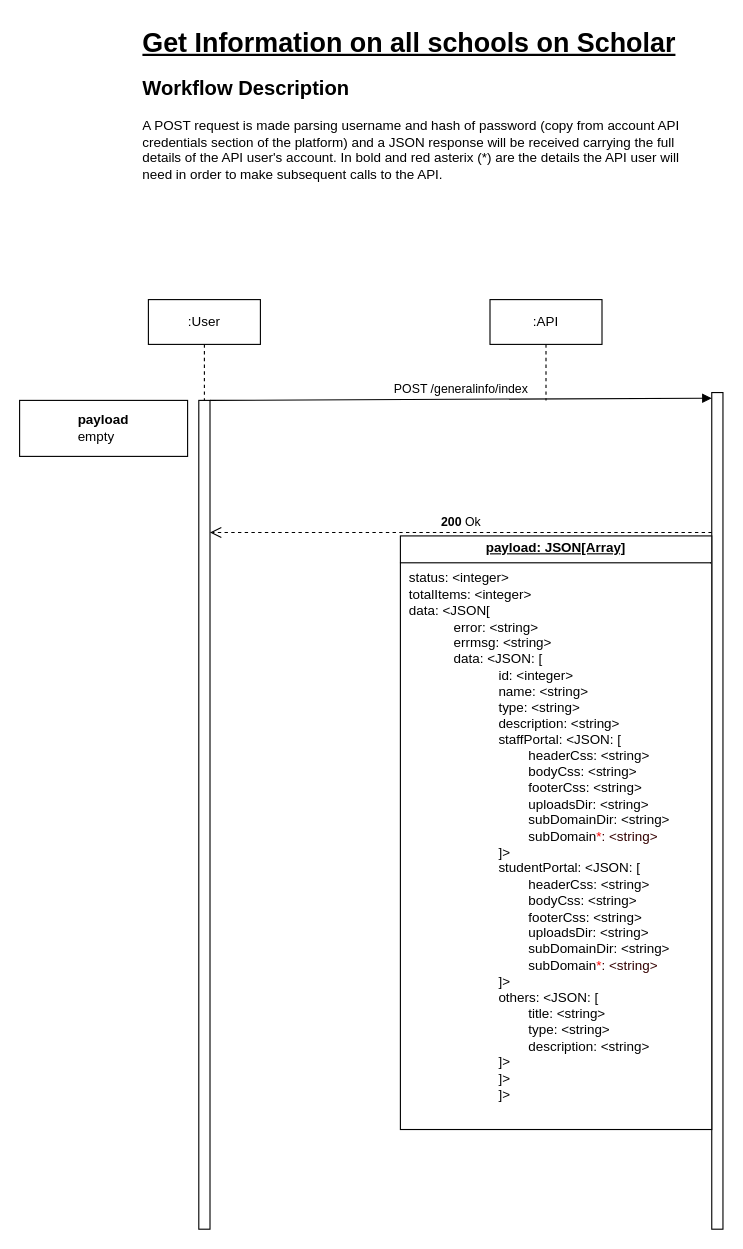
Before: page "All Schools For Search Workflow" (2 of 11) of scholar-api-flows1.drawio in olougepa/scholar-api, a draw.io diagram. Source tidied: cells renumbered, new cells numbered last; positions are measured from the earlier drawing's top-left corner, leaving out a move shared by most shapes. Both pictures are drawn from the tidied source at 112%, with x=0, y=0 at pixel (19, 19).
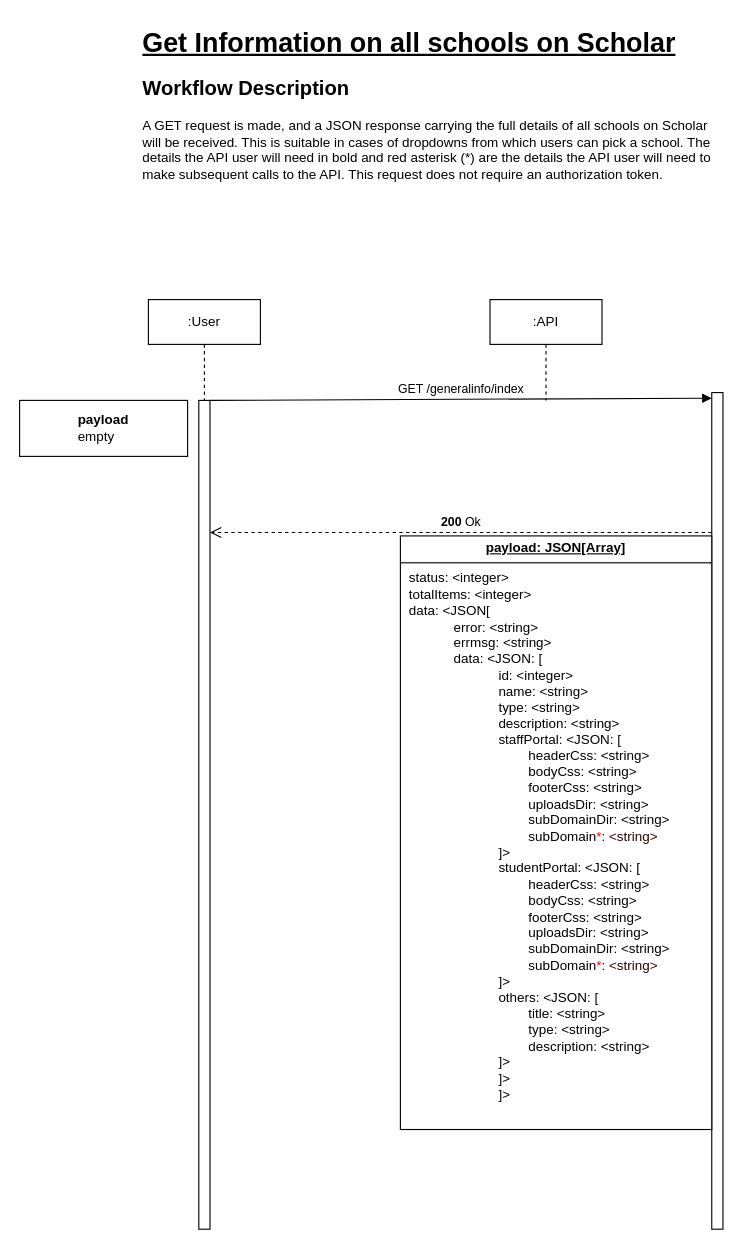
Above is the later version.

Diff of the diagram source:
```diff
@@
 <mxGraphModel>
   <root>
     <mxCell id="0" />
     <mxCell id="1" parent="0" />
     <mxCell id="2" style="html=1;points=[[0,0,0,0,5],[0,1,0,0,-5],[1,0,0,0,5],[1,1,0,0,-5]];perimeter=orthogonalPerimeter;outlineConnect=0;targetShapes=umlLifeline;portConstraint=eastwest;newEdgeStyle={&quot;curved&quot;:0,&quot;rounded&quot;:0};" parent="1" vertex="1">
       <mxGeometry x="618" y="333" width="10" height="747" as="geometry" />
     </mxCell>
-    <mxCell id="3" value="POST /generalinfo/index" style="html=1;verticalAlign=bottom;endArrow=block;curved=0;rounded=0;entryX=0;entryY=0;entryDx=0;entryDy=5;" parent="1" edge="1" source="5" target="2">
+    <mxCell id="3" value="GET /generalinfo/index" style="html=1;verticalAlign=bottom;endArrow=block;curved=0;rounded=0;entryX=0;entryY=0;entryDx=0;entryDy=5;" parent="1" edge="1" source="5" target="2">
       <mxGeometry relative="1" as="geometry" />
     </mxCell>
     <mxCell id="4" value="&lt;b&gt;200&lt;/b&gt; Ok" style="html=1;verticalAlign=bottom;endArrow=open;dashed=1;endSize=8;curved=0;rounded=0;" parent="1" edge="1" source="2">
       <mxGeometry relative="1" as="geometry">
         <mxPoint x="170" y="458" as="targetPoint" />
       </mxGeometry>
     </mxCell>
     <mxCell id="5" style="html=1;points=[[0,0,0,0,5],[0,1,0,0,-5],[1,0,0,0,5],[1,1,0,0,-5]];perimeter=orthogonalPerimeter;outlineConnect=0;targetShapes=umlLifeline;portConstraint=eastwest;newEdgeStyle={&quot;curved&quot;:0,&quot;rounded&quot;:0};" parent="1" vertex="1">
       <mxGeometry x="160" y="340" width="10" height="740" as="geometry" />
     </mxCell>
     <mxCell id="6" value="&lt;p style=&quot;margin:0px;margin-top:4px;text-align:center;text-decoration:underline;&quot;&gt;&lt;b&gt;payload: JSON[Array]&lt;/b&gt;&lt;/p&gt;&lt;hr size=&quot;1&quot; style=&quot;border-style:solid;&quot;&gt;&lt;p style=&quot;margin:0px;margin-left:8px;&quot;&gt;status: &amp;lt;integer&amp;gt;&lt;/p&gt;&lt;p style=&quot;margin:0px;margin-left:8px;&quot;&gt;totalItems: &amp;lt;integer&amp;gt;&lt;/p&gt;&lt;p style=&quot;margin:0px;margin-left:8px;&quot;&gt;data: &amp;lt;JSON[&lt;/p&gt;&lt;blockquote style=&quot;margin: 0 0 0 40px; border: none; padding: 0px;&quot;&gt;&lt;p style=&quot;margin:0px;margin-left:8px;&quot;&gt;error: &amp;lt;string&amp;gt;&lt;/p&gt;&lt;p style=&quot;margin:0px;margin-left:8px;&quot;&gt;errmsg: &amp;lt;string&amp;gt;&lt;/p&gt;&lt;p style=&quot;margin:0px;margin-left:8px;&quot;&gt;data: &amp;lt;JSON: [&amp;nbsp;&lt;/p&gt;&lt;/blockquote&gt;&lt;blockquote style=&quot;margin: 0 0 0 40px; border: none; padding: 0px;&quot;&gt;&lt;blockquote style=&quot;margin: 0 0 0 40px; border: none; padding: 0px;&quot;&gt;&lt;p style=&quot;margin:0px;margin-left:8px;&quot;&gt;id: &amp;lt;integer&amp;gt;&lt;/p&gt;&lt;/blockquote&gt;&lt;blockquote style=&quot;margin: 0 0 0 40px; border: none; padding: 0px;&quot;&gt;&lt;p style=&quot;margin:0px;margin-left:8px;&quot;&gt;name: &amp;lt;string&amp;gt;&lt;/p&gt;&lt;/blockquote&gt;&lt;blockquote style=&quot;margin: 0 0 0 40px; border: none; padding: 0px;&quot;&gt;&lt;p style=&quot;margin:0px;margin-left:8px;&quot;&gt;type: &amp;lt;string&amp;gt;&lt;/p&gt;&lt;/blockquote&gt;&lt;blockquote style=&quot;margin: 0 0 0 40px; border: none; padding: 0px;&quot;&gt;&lt;p style=&quot;margin:0px;margin-left:8px;&quot;&gt;description: &amp;lt;string&amp;gt;&lt;/p&gt;&lt;/blockquote&gt;&lt;blockquote style=&quot;margin: 0 0 0 40px; border: none; padding: 0px;&quot;&gt;&lt;p style=&quot;margin:0px;margin-left:8px;&quot;&gt;staffPortal: &amp;lt;JSON: [&lt;/p&gt;&lt;/blockquote&gt;&lt;blockquote style=&quot;margin: 0 0 0 40px; border: none; padding: 0px;&quot;&gt;&lt;p style=&quot;margin:0px;margin-left:8px;&quot;&gt;&lt;span style=&quot;white-space: pre;&quot;&gt;&#9;&lt;/span&gt;headerCss: &amp;lt;string&amp;gt;&lt;/p&gt;&lt;/blockquote&gt;&lt;blockquote style=&quot;margin: 0 0 0 40px; border: none; padding: 0px;&quot;&gt;&lt;p style=&quot;margin:0px;margin-left:8px;&quot;&gt;&lt;span style=&quot;white-space: pre;&quot;&gt;&#9;&lt;/span&gt;bodyCss: &amp;lt;string&amp;gt;&lt;/p&gt;&lt;/blockquote&gt;&lt;blockquote style=&quot;margin: 0 0 0 40px; border: none; padding: 0px;&quot;&gt;&lt;p style=&quot;margin:0px;margin-left:8px;&quot;&gt;&lt;span style=&quot;white-space: pre;&quot;&gt;&#9;&lt;/span&gt;footerCss: &amp;lt;string&amp;gt;&lt;/p&gt;&lt;/blockquote&gt;&lt;blockquote style=&quot;margin: 0 0 0 40px; border: none; padding: 0px;&quot;&gt;&lt;p style=&quot;margin:0px;margin-left:8px;&quot;&gt;&lt;span style=&quot;white-space: pre;&quot;&gt;&#9;&lt;/span&gt;uploadsDir: &amp;lt;string&amp;gt;&lt;/p&gt;&lt;/blockquote&gt;&lt;blockquote style=&quot;margin: 0 0 0 40px; border: none; padding: 0px;&quot;&gt;&lt;p style=&quot;margin:0px;margin-left:8px;&quot;&gt;&lt;span style=&quot;white-space: pre;&quot;&gt;&#9;&lt;/span&gt;subDomainDir: &amp;lt;string&amp;gt;&lt;/p&gt;&lt;/blockquote&gt;&lt;blockquote style=&quot;margin: 0 0 0 40px; border: none; padding: 0px;&quot;&gt;&lt;p style=&quot;margin:0px;margin-left:8px;&quot;&gt;&lt;span style=&quot;white-space: pre;&quot;&gt;&#9;&lt;/span&gt;subDomain&lt;font color=&quot;#ff0000&quot;&gt;*&lt;/font&gt;&lt;font color=&quot;#330000&quot;&gt;: &amp;lt;string&amp;gt;&lt;/font&gt;&lt;/p&gt;&lt;/blockquote&gt;&lt;blockquote style=&quot;margin: 0 0 0 40px; border: none; padding: 0px;&quot;&gt;&lt;p style=&quot;margin:0px;margin-left:8px;&quot;&gt;]&amp;gt;&lt;/p&gt;&lt;/blockquote&gt;&lt;blockquote style=&quot;margin: 0 0 0 40px; border: none; padding: 0px;&quot;&gt;&lt;p style=&quot;margin: 0px 0px 0px 8px;&quot;&gt;studentPortal: &amp;lt;JSON: [&lt;/p&gt;&lt;/blockquote&gt;&lt;blockquote style=&quot;margin: 0 0 0 40px; border: none; padding: 0px;&quot;&gt;&lt;p style=&quot;margin: 0px 0px 0px 8px;&quot;&gt;&lt;span style=&quot;white-space: pre;&quot;&gt;&#9;&lt;/span&gt;headerCss: &amp;lt;string&amp;gt;&lt;/p&gt;&lt;/blockquote&gt;&lt;blockquote style=&quot;margin: 0 0 0 40px; border: none; padding: 0px;&quot;&gt;&lt;p style=&quot;margin: 0px 0px 0px 8px;&quot;&gt;&lt;span style=&quot;white-space: pre;&quot;&gt;&#9;&lt;/span&gt;bodyCss: &amp;lt;string&amp;gt;&lt;/p&gt;&lt;/blockquote&gt;&lt;blockquote style=&quot;margin: 0 0 0 40px; border: none; padding: 0px;&quot;&gt;&lt;p style=&quot;margin: 0px 0px 0px 8px;&quot;&gt;&lt;span style=&quot;white-space: pre;&quot;&gt;&#9;&lt;/span&gt;footerCss: &amp;lt;string&amp;gt;&lt;/p&gt;&lt;/blockquote&gt;&lt;blockquote style=&quot;margin: 0 0 0 40px; border: none; padding: 0px;&quot;&gt;&lt;p style=&quot;margin: 0px 0px 0px 8px;&quot;&gt;&lt;span style=&quot;white-space: pre;&quot;&gt;&#9;&lt;/span&gt;uploadsDir: &amp;lt;string&amp;gt;&lt;/p&gt;&lt;/blockquote&gt;&lt;blockquote style=&quot;margin: 0 0 0 40px; border: none; padding: 0px;&quot;&gt;&lt;p style=&quot;margin: 0px 0px 0px 8px;&quot;&gt;&lt;span style=&quot;white-space: pre;&quot;&gt;&#9;&lt;/span&gt;subDomainDir: &amp;lt;string&amp;gt;&lt;/p&gt;&lt;/blockquote&gt;&lt;blockquote style=&quot;margin: 0 0 0 40px; border: none; padding: 0px;&quot;&gt;&lt;p style=&quot;margin: 0px 0px 0px 8px;&quot;&gt;&lt;span style=&quot;white-space: pre;&quot;&gt;&#9;&lt;/span&gt;subDomain&lt;font color=&quot;#ff0000&quot;&gt;*&lt;/font&gt;&lt;font color=&quot;#330000&quot;&gt;: &amp;lt;string&amp;gt;&lt;/font&gt;&lt;/p&gt;&lt;/blockquote&gt;&lt;blockquote style=&quot;margin: 0 0 0 40px; border: none; padding: 0px;&quot;&gt;&lt;p style=&quot;margin: 0px 0px 0px 8px;&quot;&gt;]&amp;gt;&lt;/p&gt;&lt;/blockquote&gt;&lt;blockquote style=&quot;margin: 0 0 0 40px; border: none; padding: 0px;&quot;&gt;&lt;p style=&quot;margin: 0px 0px 0px 8px;&quot;&gt;others: &amp;lt;JSON: [&lt;/p&gt;&lt;/blockquote&gt;&lt;blockquote style=&quot;margin: 0 0 0 40px; border: none; padding: 0px;&quot;&gt;&lt;p style=&quot;margin: 0px 0px 0px 8px;&quot;&gt;&lt;span style=&quot;white-space: pre;&quot;&gt;&#9;&lt;/span&gt;title: &amp;lt;string&amp;gt;&lt;/p&gt;&lt;/blockquote&gt;&lt;blockquote style=&quot;margin: 0 0 0 40px; border: none; padding: 0px;&quot;&gt;&lt;p style=&quot;margin: 0px 0px 0px 8px;&quot;&gt;&lt;span style=&quot;white-space: pre;&quot;&gt;&#9;&lt;/span&gt;type: &amp;lt;string&amp;gt;&lt;/p&gt;&lt;/blockquote&gt;&lt;blockquote style=&quot;margin: 0 0 0 40px; border: none; padding: 0px;&quot;&gt;&lt;p style=&quot;margin: 0px 0px 0px 8px;&quot;&gt;&lt;span style=&quot;white-space: pre;&quot;&gt;&#9;&lt;/span&gt;description: &amp;lt;string&amp;gt;&lt;/p&gt;&lt;/blockquote&gt;&lt;blockquote style=&quot;margin: 0 0 0 40px; border: none; padding: 0px;&quot;&gt;&lt;p style=&quot;margin: 0px 0px 0px 8px;&quot;&gt;]&amp;gt;&lt;/p&gt;&lt;p style=&quot;margin: 0px 0px 0px 8px;&quot;&gt;]&amp;gt;&lt;/p&gt;&lt;p style=&quot;margin: 0px 0px 0px 8px;&quot;&gt;&lt;span style=&quot;background-color: initial;&quot;&gt;]&amp;gt;&lt;/span&gt;&lt;/p&gt;&lt;/blockquote&gt;&lt;/blockquote&gt;" style="verticalAlign=top;align=left;overflow=fill;html=1;whiteSpace=wrap;" parent="1" vertex="1">
       <mxGeometry x="340" y="461" width="278" height="530" as="geometry" />
     </mxCell>
     <mxCell id="7" value=":User" style="shape=umlLifeline;perimeter=lifelinePerimeter;whiteSpace=wrap;html=1;newEdgeStyle={&quot;curved&quot;:0,&quot;rounded&quot;:0};" parent="1" vertex="1">
       <mxGeometry x="115" y="250" width="100" height="90" as="geometry" />
     </mxCell>
     <mxCell id="8" value=":API" style="shape=umlLifeline;perimeter=lifelinePerimeter;whiteSpace=wrap;html=1;newEdgeStyle={&quot;curved&quot;:0,&quot;rounded&quot;:0};" parent="1" vertex="1">
       <mxGeometry x="420" y="250" width="100" height="90" as="geometry" />
     </mxCell>
     <mxCell id="9" value="&lt;div style=&quot;text-align: left;&quot;&gt;&lt;b style=&quot;background-color: initial;&quot;&gt;payload&lt;/b&gt;&lt;/div&gt;&lt;div style=&quot;text-align: left;&quot;&gt;empty&lt;/div&gt;" style="html=1;whiteSpace=wrap;" parent="1" vertex="1">
       <mxGeometry y="340" width="150" height="50" as="geometry" />
     </mxCell>
-    <mxCell id="10" value="&lt;h1 style=&quot;margin-top: 0px;&quot;&gt;&lt;u&gt;Get Information on all schools on Scholar&lt;/u&gt;&lt;/h1&gt;&lt;h2 style=&quot;margin-top: 0px;&quot;&gt;Workflow Description&lt;/h2&gt;&lt;p&gt;A POST request is made parsing username and hash of password (copy from account API credentials section of the platform) and a JSON response will be received carrying the full details of the API user's account. In bold and red asterix (*) are the details the API user will need in order to make subsequent calls to the API.&lt;/p&gt;" style="text;html=1;whiteSpace=wrap;overflow=hidden;rounded=0;" parent="1" vertex="1">
+    <mxCell id="10" value="&lt;h1 style=&quot;margin-top: 0px;&quot;&gt;&lt;u&gt;Get Information on all schools on Scholar&lt;/u&gt;&lt;/h1&gt;&lt;h2 style=&quot;margin-top: 0px;&quot;&gt;Workflow Description&lt;/h2&gt;&lt;p&gt;A GET request is made, and a JSON response carrying the full details of all schools on Scholar will be received. This is suitable in cases of dropdowns from which users can pick a school. The details the API user will need in bold and red asterisk (*) are the details the API user will need to make subsequent calls to the API. This request does not require an authorization token.&lt;/p&gt;" style="text;html=1;whiteSpace=wrap;overflow=hidden;rounded=0;" parent="1" vertex="1">
       <mxGeometry x="108" width="510" height="170" as="geometry" />
     </mxCell>
   </root>
 </mxGraphModel>
```
